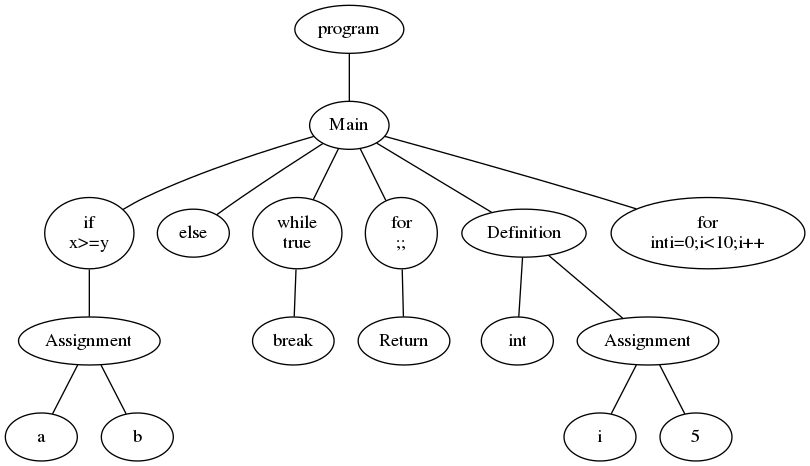
Before: AST.png, a diagram exported from Graphviz (Danh95/Project-Compilers). Its source is kept beside it as AST.dot.
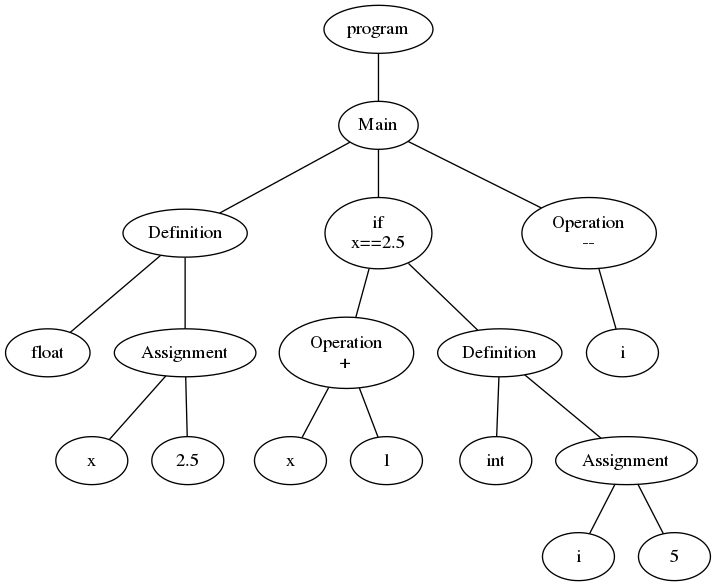
The same diagram one commit later.

Diff of the diagram source:
```diff
@@ -2,27 +2,32 @@
 0[label="program"];
 1[label="Main"];
 0 -- 1;
-2[label="Declaration"];
+2[label="Definition"];
 1 -- 2;
 3[label=" int "];
 2 -- 3;
-4[label="x"];
+4[label="Assignment"];
 2 -- 4;
-5[label="Assignment"];
-1 -- 5;
-6[label="x"];
-5 -- 6;
-7[label="5"];
-5 -- 7;
-8[label="Definition"];
-1 -- 8;
-9[label=" int "];
-8 -- 9;
-10[label="Assignment"];
-8 -- 10;
-11[label="c"];
-10 -- 11;
-12[label="95"];
-10 -- 12;
+5[label="a"];
+4 -- 5;
+6[label="5"];
+4 -- 6;
+7[label="Definition"];
+1 -- 7;
+8[label=" char "];
+7 -- 8;
+9[label="Assignment"];
+7 -- 9;
+10[label="b"];
+9 -- 10;
+11[label="'k'"];
+9 -- 11;
+12[label="Operation
++"];
+1 -- 12;
+13[label="a"];
+12 -- 13;
+14[label="b"];
+12 -- 14;
 
 }
```
